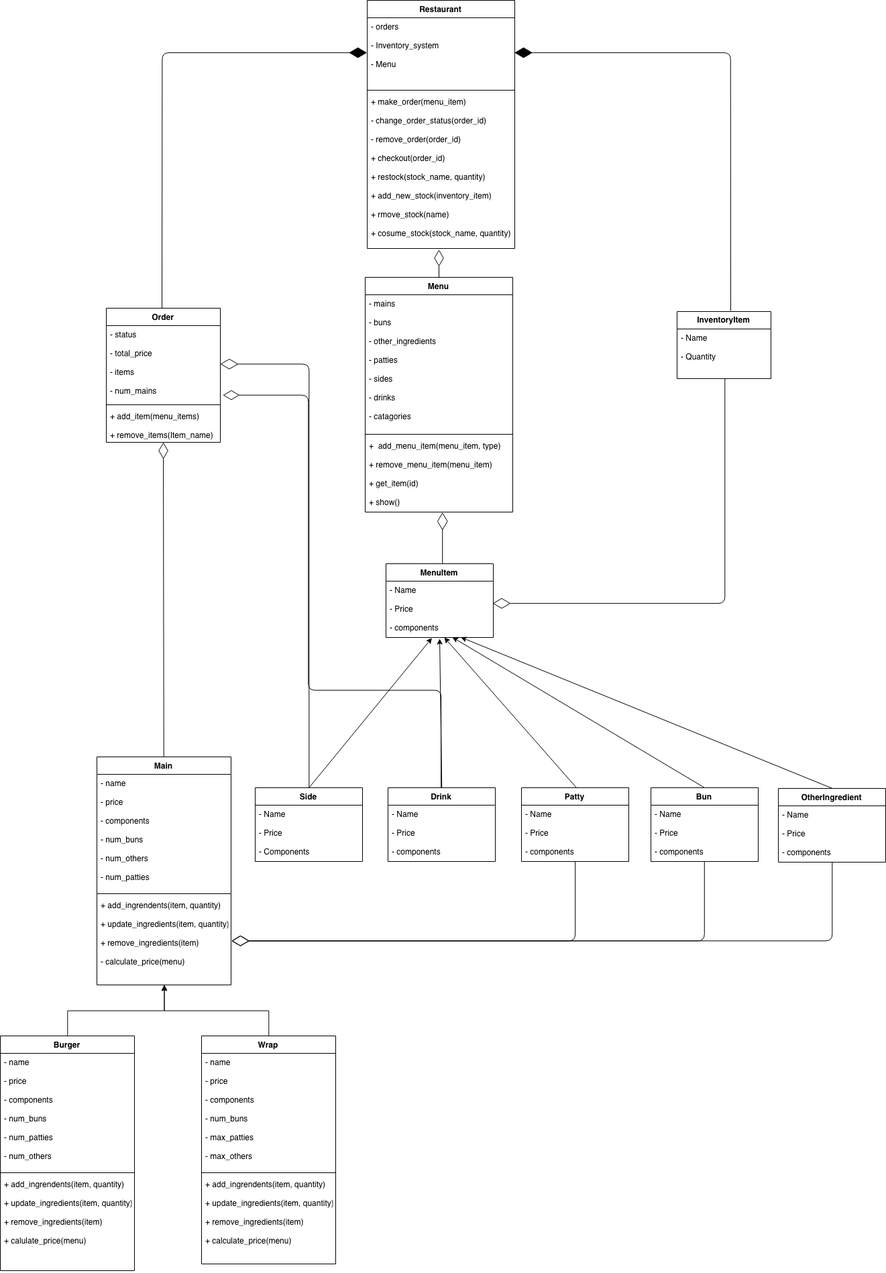
Above: docs/uml_diagram.png in peterhuyxuan/SelfOrderingFoodSystem (draw.io), before the change. Source tidied: cells renumbered, new cells last; positions are measured from the earlier drawing's top-left corner, leaving out a move shared by most shapes.
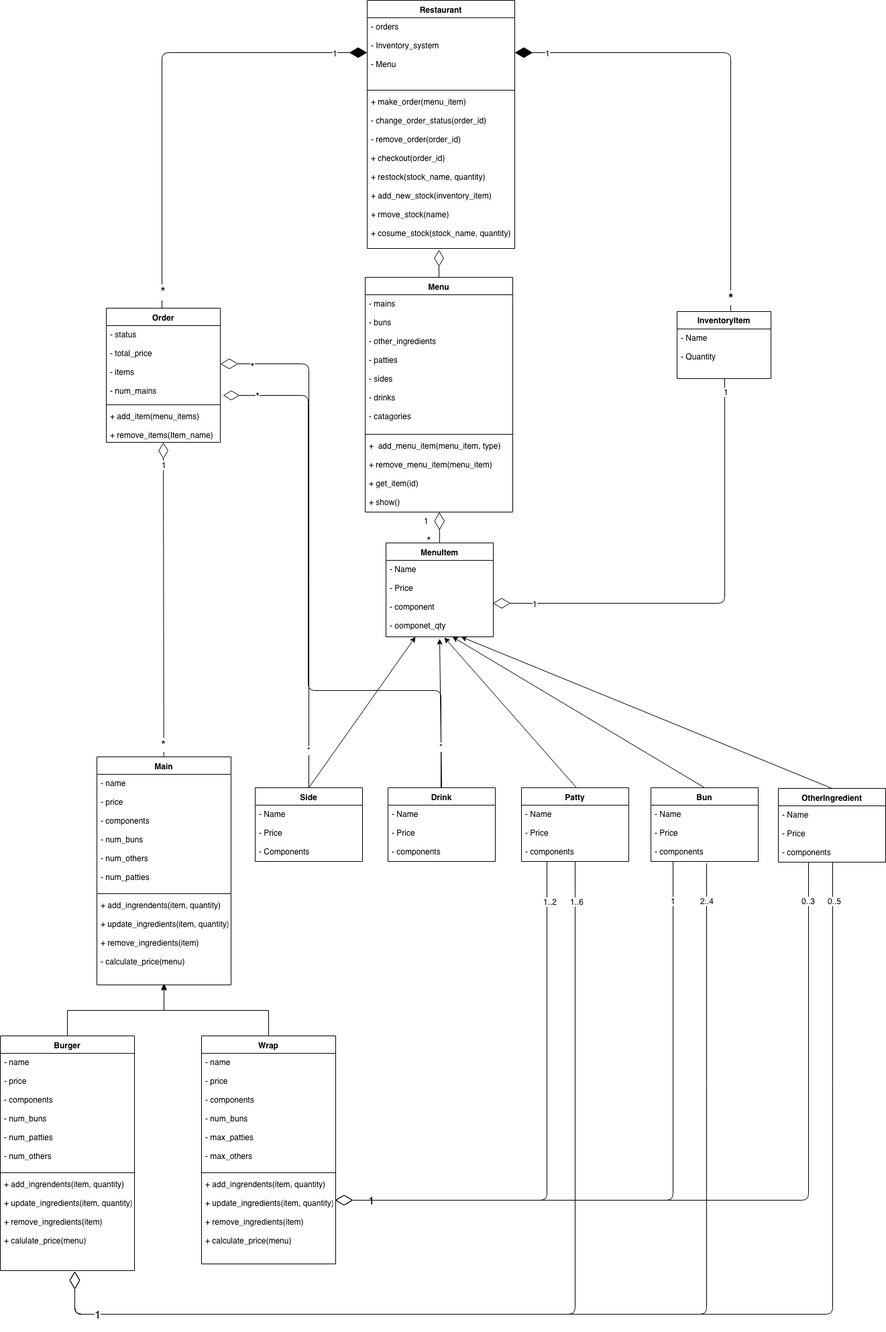
After the commit.

Commit message:
add number to associations

What changed in the source:
```diff
@@ -34,24 +34,34 @@
         <mxPoint x="241" y="459" as="sourcePoint" />
       </mxGeometry>
     </mxCell>
+    <mxCell id="58" value="&lt;font style=&quot;font-size: 20px&quot;&gt;*&lt;/font&gt;" style="text;html=1;align=center;verticalAlign=middle;labelBackgroundColor=#ffffff;" parent="11" vertex="1">
+      <mxGeometry x="-0.93" y="-1" relative="1" as="geometry" />
+    </mxCell>
+    <mxCell id="59" value="1" style="text;html=1;align=center;verticalAlign=middle;labelBackgroundColor=#ffffff;" parent="11" vertex="1">
+      <mxGeometry x="0.85" y="-2" relative="1" as="geometry">
+        <mxPoint x="5" y="-2" as="offset" />
+      </mxGeometry>
+    </mxCell>
     <mxCell id="12" style="edgeStyle=orthogonalEdgeStyle;rounded=1;jettySize=auto;html=1;entryX=1;entryY=0.5;entryDx=0;entryDy=0;endFill=1;endArrow=diamondThin;endSize=24;" parent="1" edge="1" target="3">
       <mxGeometry relative="1" as="geometry">
         <mxPoint x="1089" y="463" as="sourcePoint" />
       </mxGeometry>
     </mxCell>
-    <mxCell id="13" style="edgeStyle=orthogonalEdgeStyle;rounded=1;jettySize=auto;html=1;endFill=0;endArrow=diamondThin;endSize=24;entryX=0.523;entryY=1;entryDx=0;entryDy=0;entryPerimeter=0;" parent="1" edge="1" target="10">
-      <mxGeometry relative="1" as="geometry">
-        <mxPoint x="659" y="840" as="sourcePoint" />
-        <Array as="points">
-          <mxPoint x="659" y="840" />
-        </Array>
-      </mxGeometry>
-    </mxCell>
+    <mxCell id="60" value="1&lt;br&gt;" style="text;html=1;align=center;verticalAlign=middle;labelBackgroundColor=#ffffff;" parent="12" vertex="1">
+      <mxGeometry x="0.86" y="2" relative="1" as="geometry">
+        <mxPoint y="-2" as="offset" />
+      </mxGeometry>
+    </mxCell>
+    <mxCell id="61" value="&lt;font style=&quot;font-size: 19px&quot;&gt;&lt;b&gt;*&lt;/b&gt;&lt;/font&gt;" style="text;html=1;align=center;verticalAlign=middle;labelBackgroundColor=#ffffff;" parent="12" vertex="1">
+      <mxGeometry x="-0.94" y="3" relative="1" as="geometry">
+        <mxPoint x="3" as="offset" />
+      </mxGeometry>
+    </mxCell>
     <mxCell id="14" value="MenuItem" style="swimlane;fontStyle=1;align=center;verticalAlign=top;horizontal=1;startSize=26;" parent="1" vertex="1">
-      <mxGeometry x="575" y="840" width="160" height="110" as="geometry" />
+      <mxGeometry x="575" y="809" width="160" height="140" as="geometry" />
     </mxCell>
-    <mxCell id="15" value="- Name&#10;&#10;- Price&#10;&#10;- components&#10;" style="text;strokeColor=none;fillColor=none;align=left;verticalAlign=top;spacingLeft=4;spacingRight=4;overflow=hidden;points=[[0,0.5],[1,0.5]];portConstraint=eastwest;" parent="14" vertex="1">
-      <mxGeometry y="26" width="160" height="84" as="geometry" />
+    <mxCell id="15" value="- Name&#10;&#10;- Price&#10;&#10;- component&#10;&#10;- oomponet_qty&#10;" style="text;strokeColor=none;fillColor=none;align=left;verticalAlign=top;spacingLeft=4;spacingRight=4;overflow=hidden;points=[[0,0.5],[1,0.5]];portConstraint=eastwest;" parent="14" vertex="1">
+      <mxGeometry y="26" width="160" height="114" as="geometry" />
     </mxCell>
     <mxCell id="16" style="edgeStyle=orthogonalEdgeStyle;rounded=1;jettySize=auto;html=1;endArrow=diamondThin;endFill=0;endSize=22;entryX=1.024;entryY=0.912;entryDx=0;entryDy=0;entryPerimeter=0;" parent="1" edge="1" source="17" target="44">
       <mxGeometry relative="1" as="geometry">
@@ -62,33 +72,69 @@
         </Array>
       </mxGeometry>
     </mxCell>
+    <mxCell id="62" value="&lt;font style=&quot;font-size: 16px&quot;&gt;*&lt;/font&gt;" style="text;html=1;align=center;verticalAlign=middle;labelBackgroundColor=#ffffff;" parent="16" vertex="1">
+      <mxGeometry x="0.89" y="2" relative="1" as="geometry" />
+    </mxCell>
     <mxCell id="17" value="Drink" style="swimlane;fontStyle=1;align=center;verticalAlign=top;horizontal=1;startSize=26;" parent="1" vertex="1">
       <mxGeometry x="578" y="1174" width="160" height="110" as="geometry" />
     </mxCell>
     <mxCell id="18" value="- Name&#10;&#10;- Price&#10;&#10;- components&#10;" style="text;strokeColor=none;fillColor=none;align=left;verticalAlign=top;spacingLeft=4;spacingRight=4;overflow=hidden;" parent="17" vertex="1">
       <mxGeometry y="26" width="160" height="84" as="geometry" />
     </mxCell>
-    <mxCell id="19" style="edgeStyle=orthogonalEdgeStyle;rounded=1;jettySize=auto;html=1;entryX=1;entryY=0.5;entryDx=0;entryDy=0;endFill=0;endArrow=diamondThin;endSize=24;" parent="1" edge="1" source="20" target="32">
-      <mxGeometry relative="1" as="geometry" />
+    <mxCell id="19" style="edgeStyle=orthogonalEdgeStyle;rounded=1;jettySize=auto;html=1;endFill=0;endArrow=diamondThin;endSize=24;exitX=0.509;exitY=0.998;exitDx=0;exitDy=0;exitPerimeter=0;" parent="1" edge="1" source="21">
+      <mxGeometry relative="1" as="geometry">
+        <mxPoint x="111" y="1895" as="targetPoint" />
+        <Array as="points">
+          <mxPoint x="1241" y="1959" />
+          <mxPoint x="111" y="1959" />
+        </Array>
+      </mxGeometry>
     </mxCell>
+    <mxCell id="63" value="0..5&lt;br&gt;" style="text;html=1;align=center;verticalAlign=middle;labelBackgroundColor=#ffffff;" parent="19" vertex="1">
+      <mxGeometry x="-0.88" y="2" relative="1" as="geometry">
+        <mxPoint y="-58" as="offset" />
+      </mxGeometry>
+    </mxCell>
     <mxCell id="20" value="OtherIngredient" style="swimlane;fontStyle=1;align=center;verticalAlign=top;horizontal=1;startSize=26;" parent="1" vertex="1">
       <mxGeometry x="1160" y="1175" width="160" height="110" as="geometry" />
     </mxCell>
     <mxCell id="21" value="- Name&#10;&#10;- Price&#10;&#10;- components&#10;" style="text;strokeColor=none;fillColor=none;align=left;verticalAlign=top;spacingLeft=4;spacingRight=4;overflow=hidden;points=[[0,0.5],[1,0.5]];portConstraint=eastwest;" parent="20" vertex="1">
       <mxGeometry y="26" width="160" height="84" as="geometry" />
     </mxCell>
-    <mxCell id="22" style="edgeStyle=orthogonalEdgeStyle;rounded=1;jettySize=auto;html=1;entryX=1;entryY=0.5;entryDx=0;entryDy=0;endFill=0;endArrow=diamondThin;endSize=24;" parent="1" edge="1" source="23" target="32">
-      <mxGeometry relative="1" as="geometry" />
+    <mxCell id="22" style="edgeStyle=orthogonalEdgeStyle;rounded=1;jettySize=auto;html=1;endFill=0;endArrow=diamondThin;endSize=24;exitX=0.518;exitY=1.031;exitDx=0;exitDy=0;exitPerimeter=0;" parent="1" edge="1" source="24">
+      <mxGeometry relative="1" as="geometry">
+        <mxPoint x="111" y="1895" as="targetPoint" />
+        <Array as="points">
+          <mxPoint x="1053" y="1959" />
+          <mxPoint x="111" y="1959" />
+        </Array>
+      </mxGeometry>
     </mxCell>
+    <mxCell id="64" value="2..4" style="text;html=1;align=center;verticalAlign=middle;labelBackgroundColor=#ffffff;" parent="22" vertex="1">
+      <mxGeometry x="-0.91" relative="1" as="geometry">
+        <mxPoint y="-22" as="offset" />
+      </mxGeometry>
+    </mxCell>
     <mxCell id="23" value="Bun" style="swimlane;fontStyle=1;align=center;verticalAlign=top;horizontal=1;startSize=26;" parent="1" vertex="1">
       <mxGeometry x="970" y="1174" width="160" height="110" as="geometry" />
     </mxCell>
     <mxCell id="24" value="- Name&#10;&#10;- Price&#10;&#10;- components&#10;" style="text;strokeColor=none;fillColor=none;align=left;verticalAlign=top;spacingLeft=4;spacingRight=4;overflow=hidden;points=[[0,0.5],[1,0.5]];portConstraint=eastwest;" parent="23" vertex="1">
       <mxGeometry y="26" width="160" height="84" as="geometry" />
     </mxCell>
-    <mxCell id="25" style="edgeStyle=orthogonalEdgeStyle;rounded=1;jettySize=auto;html=1;entryX=1;entryY=0.5;entryDx=0;entryDy=0;endFill=0;endArrow=diamondThin;endSize=24;" parent="1" edge="1" source="26" target="32">
-      <mxGeometry relative="1" as="geometry" />
+    <mxCell id="25" style="edgeStyle=orthogonalEdgeStyle;rounded=1;jettySize=auto;html=1;endFill=0;endArrow=diamondThin;endSize=24;entryX=0.555;entryY=1.007;entryDx=0;entryDy=0;entryPerimeter=0;" parent="1" edge="1" source="26" target="37">
+      <mxGeometry relative="1" as="geometry">
+        <Array as="points">
+          <mxPoint x="857" y="1959" />
+          <mxPoint x="111" y="1959" />
+        </Array>
+      </mxGeometry>
     </mxCell>
+    <mxCell id="65" value="1..6&lt;br&gt;" style="text;html=1;align=center;verticalAlign=middle;labelBackgroundColor=#ffffff;" parent="25" vertex="1">
+      <mxGeometry x="-0.92" y="2" relative="1" as="geometry" />
+    </mxCell>
+    <mxCell id="66" value="&lt;span style=&quot;font-size: 17px&quot;&gt;1&lt;/span&gt;" style="text;html=1;align=center;verticalAlign=middle;labelBackgroundColor=#ffffff;" parent="25" vertex="1">
+      <mxGeometry x="0.87" y="-1" relative="1" as="geometry" />
+    </mxCell>
     <mxCell id="26" value="Patty" style="swimlane;fontStyle=1;align=center;verticalAlign=top;horizontal=1;startSize=26;" parent="1" vertex="1">
       <mxGeometry x="777" y="1174" width="160" height="110" as="geometry" />
     </mxCell>
@@ -98,6 +144,14 @@
     <mxCell id="28" style="edgeStyle=none;rounded=0;jettySize=auto;html=1;endArrow=diamondThin;endFill=0;endSize=22;" parent="1" edge="1" source="29" target="46">
       <mxGeometry relative="1" as="geometry" />
     </mxCell>
+    <mxCell id="67" value="&lt;font style=&quot;font-size: 18px&quot;&gt;*&lt;/font&gt;" style="text;html=1;align=center;verticalAlign=middle;labelBackgroundColor=#ffffff;" parent="28" vertex="1">
+      <mxGeometry x="-0.95" y="-4" relative="1" as="geometry">
+        <mxPoint x="-4.5" y="-7" as="offset" />
+      </mxGeometry>
+    </mxCell>
+    <mxCell id="68" value="1" style="text;html=1;align=center;verticalAlign=middle;labelBackgroundColor=#ffffff;" parent="28" vertex="1">
+      <mxGeometry x="0.85" y="-1" relative="1" as="geometry" />
+    </mxCell>
     <mxCell id="29" value="Main" style="swimlane;fontStyle=1;align=center;verticalAlign=top;horizontal=1;startSize=26;" parent="1" vertex="1">
       <mxGeometry x="144" y="1128" width="200" height="340" as="geometry" />
     </mxCell>
@@ -125,8 +179,14 @@
     <mxCell id="37" value="+ add_ingrendents(item, quantity)&#10;&#10;+ update_ingredients(item, quantity)&#10;&#10;+ remove_ingredients(item)&#10;&#10;+ calulate_price(menu)&#10;" style="text;strokeColor=none;fillColor=none;align=left;verticalAlign=top;spacingLeft=4;spacingRight=4;overflow=hidden;points=[[0,0.5],[1,0.5]];portConstraint=eastwest;" parent="34" vertex="1">
       <mxGeometry y="208" width="200" height="142" as="geometry" />
     </mxCell>
-    <mxCell id="38" style="edgeStyle=orthogonalEdgeStyle;rounded=0;jettySize=auto;html=1;entryX=0.5;entryY=1.008;entryDx=0;entryDy=0;entryPerimeter=0;" parent="1" edge="1" source="39" target="32">
-      <mxGeometry relative="1" as="geometry" />
+    <mxCell id="38" style="edgeStyle=orthogonalEdgeStyle;rounded=0;jettySize=auto;html=1;entryX=0.5;entryY=1.008;entryDx=0;entryDy=0;entryPerimeter=0;exitX=0.5;exitY=0;exitDx=0;exitDy=0;" parent="1" edge="1" source="39">
+      <mxGeometry relative="1" as="geometry">
+        <mxPoint x="244.3" y="1465.9" as="targetPoint" />
+        <Array as="points">
+          <mxPoint x="400" y="1506" />
+          <mxPoint x="244" y="1506" />
+        </Array>
+      </mxGeometry>
     </mxCell>
     <mxCell id="39" value="Wrap" style="swimlane;fontStyle=1;align=center;verticalAlign=top;horizontal=1;startSize=26;" parent="1" vertex="1">
       <mxGeometry x="300" y="1544" width="200" height="340" as="geometry" />
@@ -155,18 +215,29 @@
     <mxCell id="47" style="edgeStyle=orthogonalEdgeStyle;rounded=1;jettySize=auto;html=1;endFill=0;endArrow=diamondThin;endSize=24;" parent="1" edge="1" source="48" target="44">
       <mxGeometry relative="1" as="geometry" />
     </mxCell>
+    <mxCell id="69" value="*" style="text;html=1;align=center;verticalAlign=middle;labelBackgroundColor=#ffffff;" parent="47" vertex="1">
+      <mxGeometry x="-0.85" relative="1" as="geometry" />
+    </mxCell>
+    <mxCell id="70" value="&lt;font style=&quot;font-size: 17px&quot;&gt;*&lt;/font&gt;" style="text;html=1;align=center;verticalAlign=middle;labelBackgroundColor=#ffffff;" parent="47" vertex="1">
+      <mxGeometry x="0.87" y="3" relative="1" as="geometry" />
+    </mxCell>
     <mxCell id="48" value="Side" style="swimlane;fontStyle=1;align=center;verticalAlign=top;horizontal=1;startSize=26;" parent="1" vertex="1">
       <mxGeometry x="380" y="1174" width="160" height="110" as="geometry" />
     </mxCell>
     <mxCell id="49" value="- Name&#10;&#10;- Price&#10;&#10;- Components&#10;" style="text;strokeColor=none;fillColor=none;align=left;verticalAlign=top;spacingLeft=4;spacingRight=4;overflow=hidden;" parent="48" vertex="1">
       <mxGeometry y="26" width="160" height="84" as="geometry" />
     </mxCell>
-    <mxCell id="50" style="endArrow=classic;html=1;exitX=0.5;exitY=0;exitDx=0;exitDy=0;rounded=0;entryX=0.425;entryY=1.012;entryDx=0;entryDy=0;entryPerimeter=0;" parent="1" edge="1" source="48" target="15">
-      <mxGeometry relative="1" as="geometry" />
+    <mxCell id="50" style="endArrow=classic;html=1;exitX=0.5;exitY=0;exitDx=0;exitDy=0;rounded=0;" parent="1" edge="1" source="48">
+      <mxGeometry relative="1" as="geometry">
+        <mxPoint x="619" y="949" as="targetPoint" />
+      </mxGeometry>
     </mxCell>
     <mxCell id="51" style="endArrow=classic;html=1;exitX=0.5;exitY=0;exitDx=0;exitDy=0;entryX=0.5;entryY=1.024;entryDx=0;entryDy=0;entryPerimeter=0;rounded=0;" parent="1" edge="1" source="17" target="15">
       <mxGeometry relative="1" as="geometry" />
     </mxCell>
+    <mxCell id="71" value="*" style="text;html=1;align=center;verticalAlign=middle;labelBackgroundColor=#ffffff;" parent="51" vertex="1">
+      <mxGeometry x="-0.44" relative="1" as="geometry" />
+    </mxCell>
     <mxCell id="52" style="endArrow=classic;html=1;rounded=0;" parent="1" edge="1">
       <mxGeometry relative="1" as="geometry">
         <mxPoint x="859" y="1174" as="sourcePoint" />
@@ -194,5 +265,61 @@
         </Array>
       </mxGeometry>
     </mxCell>
+    <mxCell id="72" value="1" style="text;html=1;align=center;verticalAlign=middle;labelBackgroundColor=#ffffff;" parent="57" vertex="1">
+      <mxGeometry x="0.81" relative="1" as="geometry" />
+    </mxCell>
+    <mxCell id="73" value="1" style="text;html=1;align=center;verticalAlign=middle;labelBackgroundColor=#ffffff;" parent="57" vertex="1">
+      <mxGeometry x="-0.94" y="2" relative="1" as="geometry" />
+    </mxCell>
+    <mxCell id="74" style="endArrow=diamondThin;endFill=0;endSize=24;html=1;exitX=0.5;exitY=0;exitDx=0;exitDy=0;" parent="1" edge="1" source="14" target="10">
+      <mxGeometry relative="1" as="geometry" />
+    </mxCell>
+    <mxCell id="75" value="&lt;font style=&quot;font-size: 17px&quot;&gt;*&lt;/font&gt;&lt;br&gt;" style="text;html=1;align=left;verticalAlign=top;spacingTop=-4;" parent="1" vertex="1">
+      <mxGeometry x="634" y="793" width="20" height="20" as="geometry" />
+    </mxCell>
+    <mxCell id="76" value="1" style="text;html=1;align=left;verticalAlign=top;spacingTop=-4;" parent="1" vertex="1">
+      <mxGeometry x="630" y="767" width="20" height="20" as="geometry" />
+    </mxCell>
+    <mxCell id="77" style="edgeStyle=orthogonalEdgeStyle;rounded=1;jettySize=auto;html=1;endFill=0;endArrow=diamondThin;endSize=24;entryX=0.996;entryY=0.279;entryDx=0;entryDy=0;entryPerimeter=0;" parent="1" edge="1" source="27" target="42">
+      <mxGeometry relative="1" as="geometry">
+        <Array as="points">
+          <mxPoint x="815" y="1789" />
+        </Array>
+      </mxGeometry>
+    </mxCell>
+    <mxCell id="78" value="1..2&lt;br&gt;" style="text;html=1;align=center;verticalAlign=middle;labelBackgroundColor=#ffffff;" parent="77" vertex="1">
+      <mxGeometry x="-0.92" y="2" relative="1" as="geometry">
+        <mxPoint x="2" y="26.5" as="offset" />
+      </mxGeometry>
+    </mxCell>
+    <mxCell id="79" value="&lt;span style=&quot;font-size: 17px&quot;&gt;1&lt;/span&gt;" style="text;html=1;align=center;verticalAlign=middle;labelBackgroundColor=#ffffff;" parent="77" vertex="1">
+      <mxGeometry x="0.87" y="-1" relative="1" as="geometry" />
+    </mxCell>
+    <mxCell id="80" style="edgeStyle=orthogonalEdgeStyle;rounded=1;jettySize=auto;html=1;endFill=0;endArrow=diamondThin;endSize=24;entryX=0.995;entryY=0.28;entryDx=0;entryDy=0;entryPerimeter=0;" parent="1" edge="1" source="24" target="42">
+      <mxGeometry relative="1" as="geometry">
+        <Array as="points">
+          <mxPoint x="1003" y="1789" />
+        </Array>
+      </mxGeometry>
+    </mxCell>
+    <mxCell id="81" value="1" style="text;html=1;align=center;verticalAlign=middle;labelBackgroundColor=#ffffff;" parent="80" vertex="1">
+      <mxGeometry x="-0.92" y="2" relative="1" as="geometry">
+        <mxPoint x="-2" y="18" as="offset" />
+      </mxGeometry>
+    </mxCell>
+    <mxCell id="82" style="edgeStyle=orthogonalEdgeStyle;rounded=1;orthogonalLoop=1;jettySize=auto;html=1;endFill=0;endArrow=diamondThin;endSize=24;" parent="1" edge="1">
+      <mxGeometry relative="1" as="geometry">
+        <mxPoint x="1205.4" y="1285" as="sourcePoint" />
+        <mxPoint x="499" y="1789" as="targetPoint" />
+        <Array as="points">
+          <mxPoint x="1205" y="1789" />
+        </Array>
+      </mxGeometry>
+    </mxCell>
+    <mxCell id="83" value="0..3&lt;br&gt;" style="text;html=1;align=center;verticalAlign=middle;labelBackgroundColor=#ffffff;" parent="82" vertex="1">
+      <mxGeometry x="-0.92" y="2" relative="1" as="geometry">
+        <mxPoint x="-3" y="9" as="offset" />
+      </mxGeometry>
+    </mxCell>
   </root>
 </mxGraphModel>
```
